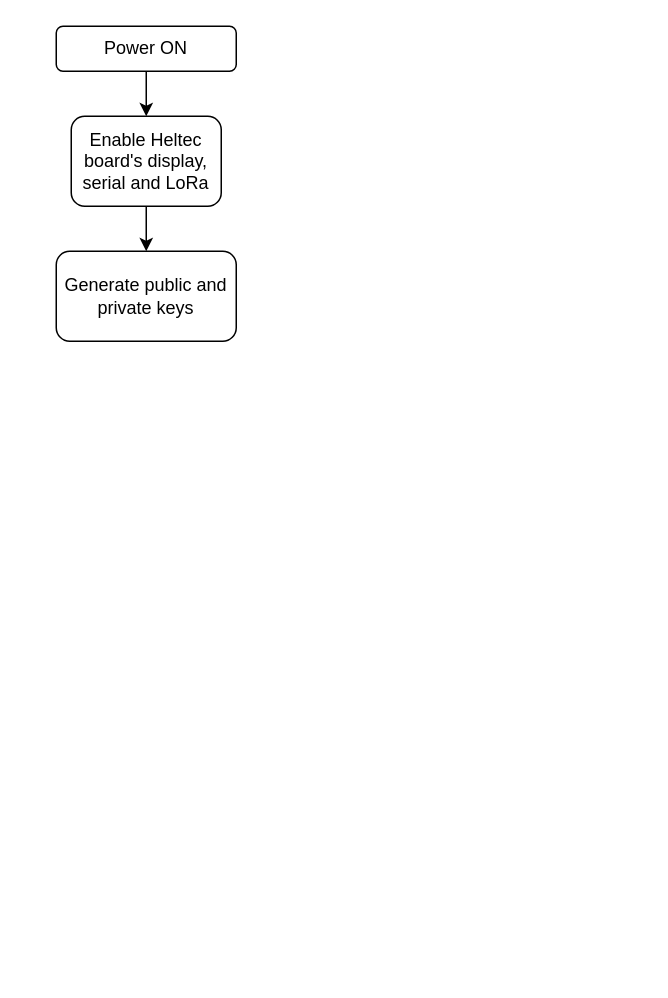
Earlier version of the draw.io diagram documentation/Diagrams/Drone Logic.drawio (nkendler/esp32-lora-drone-delivery). Source tidied: cells renumbered, new cells numbered last; positions are measured from the earlier drawing's top-left corner, leaving out a move shared by most shapes. Both pictures are drawn from the tidied source at 150%, with x=0, y=0 at pixel (56, 26).
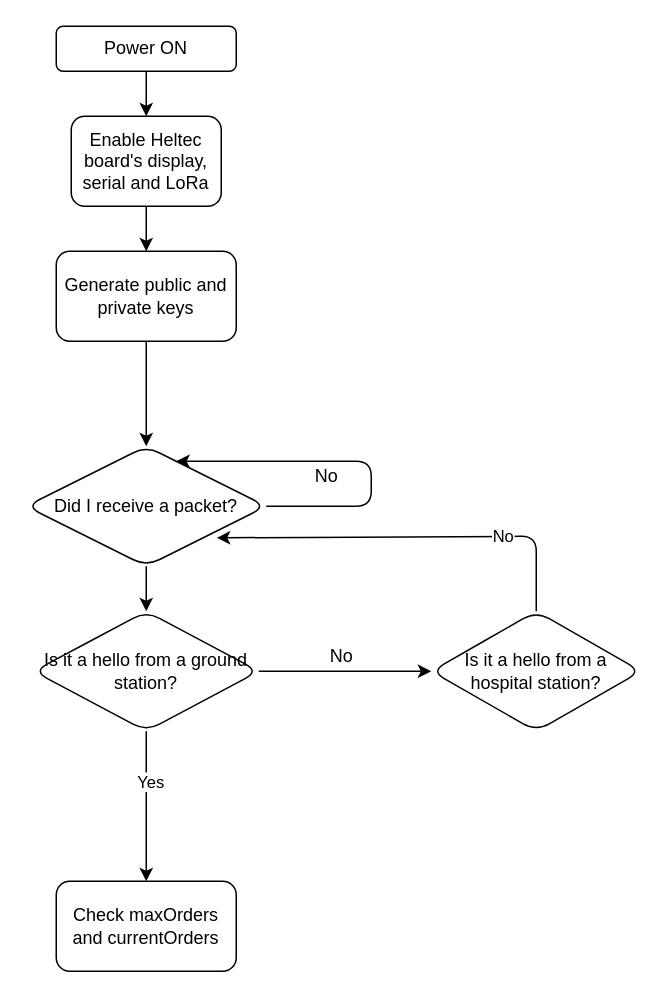
The same page after the edit.

The change refers to these unchanged cells:
```xml
<mxCell id="6" value="Generate public and private keys" style="rounded=1;whiteSpace=wrap;html=1;shadow=0;fillColor=default;gradientColor=none;gradientDirection=radial;" parent="1" vertex="1">
  <mxGeometry y="150" width="120" height="60" as="geometry" />
</mxCell>
```

The edit, as a diff of the source:
```diff
@@
+    <mxCell id="7" style="edgeStyle=none;html=1;" parent="1" edge="1" source="6" target="10">
+      <mxGeometry relative="1" as="geometry" />
+    </mxCell>
@@
+    <mxCell id="8" style="edgeStyle=orthogonalEdgeStyle;html=1;exitX=1;exitY=0.5;exitDx=0;exitDy=0;" parent="1" edge="1" source="10" target="10">
+      <mxGeometry relative="1" as="geometry">
+        <Array as="points">
+          <mxPoint x="210" y="320" />
+          <mxPoint x="210" y="290" />
+        </Array>
+      </mxGeometry>
+    </mxCell>
+    <mxCell id="9" style="edgeStyle=orthogonalEdgeStyle;html=1;" parent="1" edge="1" source="10" target="15">
+      <mxGeometry relative="1" as="geometry" />
+    </mxCell>
+    <mxCell id="10" value="Did I receive a packet?" style="rhombus;whiteSpace=wrap;html=1;rounded=1;shadow=0;gradientColor=none;gradientDirection=radial;" parent="1" vertex="1">
+      <mxGeometry x="-20" y="280" width="160" height="80" as="geometry" />
+    </mxCell>
+    <mxCell id="11" value="No" style="text;html=1;align=center;verticalAlign=middle;strokeColor=none;fillColor=none;" parent="1" vertex="1">
+      <mxGeometry x="165" y="290" width="30" height="20" as="geometry" />
+    </mxCell>
+    <mxCell id="12" style="edgeStyle=orthogonalEdgeStyle;html=1;" parent="1" edge="1" source="15" target="18">
+      <mxGeometry relative="1" as="geometry" />
+    </mxCell>
+    <mxCell id="13" style="edgeStyle=orthogonalEdgeStyle;html=1;" parent="1" edge="1" source="15" target="20">
+      <mxGeometry relative="1" as="geometry" />
+    </mxCell>
+    <mxCell id="14" value="Yes" style="edgeLabel;html=1;align=center;verticalAlign=middle;" parent="13" vertex="1">
+      <mxGeometry x="-0.34" y="2" relative="1" as="geometry" />
+    </mxCell>
+    <mxCell id="15" value="Is it a hello from a ground station?" style="rhombus;whiteSpace=wrap;html=1;rounded=1;shadow=0;gradientColor=none;gradientDirection=radial;" parent="1" vertex="1">
+      <mxGeometry x="-15" y="390" width="150" height="80" as="geometry" />
+    </mxCell>
+    <mxCell id="16" style="edgeStyle=orthogonalEdgeStyle;html=1;exitX=0.5;exitY=0;exitDx=0;exitDy=0;entryX=0.794;entryY=0.763;entryDx=0;entryDy=0;entryPerimeter=0;" parent="1" edge="1" source="18" target="10">
+      <mxGeometry relative="1" as="geometry">
+        <Array as="points">
+          <mxPoint x="320" y="340" />
+        </Array>
+      </mxGeometry>
+    </mxCell>
+    <mxCell id="17" value="No" style="edgeLabel;html=1;align=center;verticalAlign=middle;" parent="16" vertex="1">
+      <mxGeometry x="-0.45" y="-1" relative="1" as="geometry" />
+    </mxCell>
+    <mxCell id="18" value="Is it a hello from a hospital station?" style="rhombus;whiteSpace=wrap;html=1;rounded=1;shadow=0;gradientColor=none;gradientDirection=radial;" parent="1" vertex="1">
+      <mxGeometry x="250" y="390" width="140" height="80" as="geometry" />
+    </mxCell>
+    <mxCell id="19" value="No" style="text;html=1;align=center;verticalAlign=middle;strokeColor=none;fillColor=none;" parent="1" vertex="1">
+      <mxGeometry x="175" y="410" width="30" height="20" as="geometry" />
+    </mxCell>
+    <mxCell id="20" value="Check maxOrders and currentOrders" style="whiteSpace=wrap;html=1;rounded=1;shadow=0;gradientColor=none;gradientDirection=radial;" parent="1" vertex="1">
+      <mxGeometry y="570" width="120" height="60" as="geometry" />
+    </mxCell>
```
